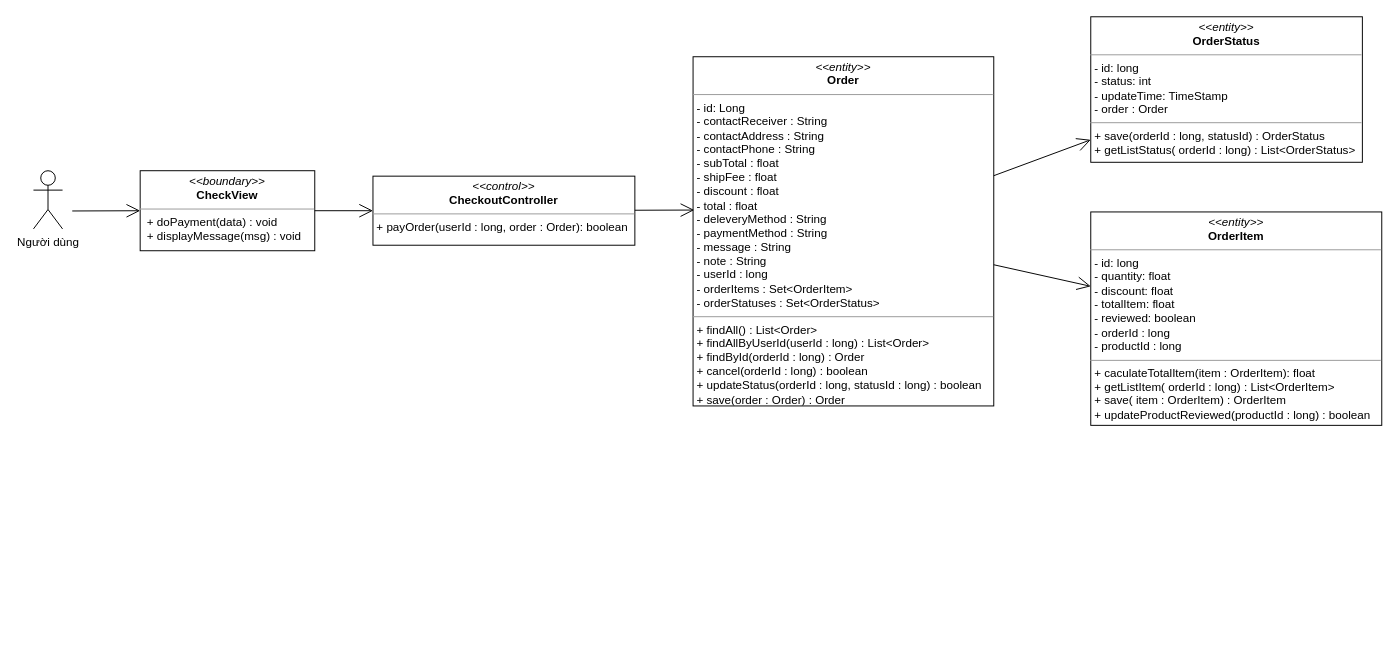
Before: class diagram/chekout-class-diagram.drawio in nguyenphamvan/datn_20202, a draw.io diagram. Source tidied: cells renumbered, new cells numbered last; positions are measured from the earlier drawing's top-left corner, leaving out a move shared by most shapes. Both pictures are drawn from the tidied source at 97%, with x=0, y=0 at pixel (33, 16).
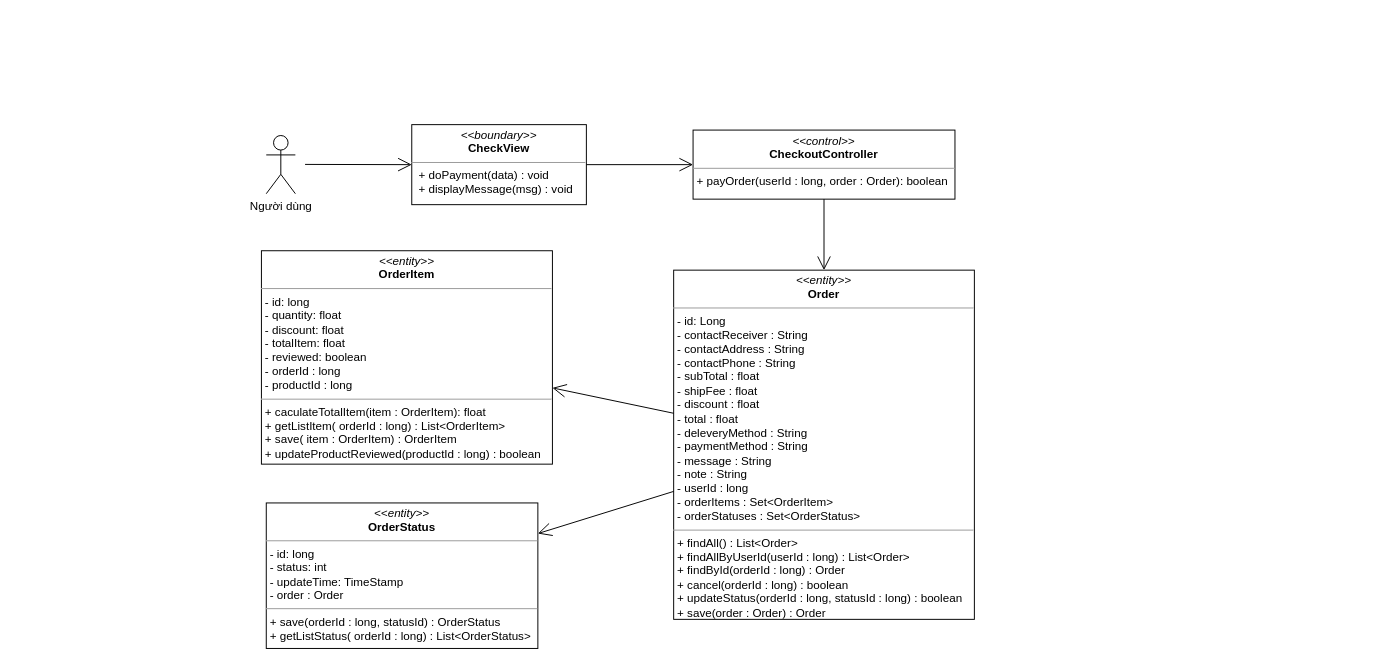
The same diagram, later.

What changed in the source:
```diff
@@
 <mxGraphModel>
   <root>
     <mxCell id="0" />
     <mxCell id="1" parent="0" />
     <mxCell id="2" value="&lt;p style=&quot;margin: 0px ; margin-top: 4px ; text-align: center&quot;&gt;&lt;i&gt;&amp;lt;&amp;lt;boundary&amp;gt;&amp;gt;&lt;/i&gt;&lt;br&gt;&lt;b&gt;CheckView&lt;/b&gt;&lt;/p&gt;&lt;hr size=&quot;1&quot;&gt;&lt;p style=&quot;margin: 0px ; margin-left: 4px&quot;&gt;&lt;span&gt;&amp;nbsp;&lt;/span&gt;&lt;span&gt;+ doPayment(data) : void&lt;/span&gt;&lt;/p&gt;&lt;p style=&quot;margin: 0px ; margin-left: 4px&quot;&gt;&lt;span&gt;&amp;nbsp;+ displayMessage(msg) : void&lt;/span&gt;&lt;/p&gt;" style="verticalAlign=top;align=left;overflow=fill;fontSize=12;fontFamily=Helvetica;html=1;" parent="1" vertex="1">
-      <mxGeometry x="110" y="158.5" width="180" height="82.5" as="geometry" />
+      <mxGeometry x="390" y="111" width="180" height="82.5" as="geometry" />
     </mxCell>
     <mxCell id="3" value="&lt;p style=&quot;margin: 0px ; margin-top: 4px ; text-align: center&quot;&gt;&lt;i&gt;&amp;lt;&amp;lt;entity&amp;gt;&amp;gt;&lt;/i&gt;&lt;br&gt;&lt;b&gt;Order&lt;/b&gt;&lt;/p&gt;&lt;hr size=&quot;1&quot;&gt;&lt;p style=&quot;margin: 0px ; margin-left: 4px&quot;&gt;- id: Long&lt;/p&gt;&lt;p style=&quot;margin: 0px 0px 0px 4px&quot;&gt;- contactReceiver : String&lt;/p&gt;&lt;p style=&quot;margin: 0px 0px 0px 4px&quot;&gt;- contactAddress : String&lt;/p&gt;&lt;p style=&quot;margin: 0px 0px 0px 4px&quot;&gt;- contactPhone : String&lt;/p&gt;&lt;p style=&quot;margin: 0px 0px 0px 4px&quot;&gt;- subTotal : float&lt;/p&gt;&lt;p style=&quot;margin: 0px 0px 0px 4px&quot;&gt;- shipFee : float&lt;/p&gt;&lt;p style=&quot;margin: 0px 0px 0px 4px&quot;&gt;- discount : float&lt;/p&gt;&lt;p style=&quot;margin: 0px 0px 0px 4px&quot;&gt;- total : float&lt;/p&gt;&lt;p style=&quot;margin: 0px 0px 0px 4px&quot;&gt;- deleveryMethod : String&lt;/p&gt;&lt;p style=&quot;margin: 0px 0px 0px 4px&quot;&gt;- paymentMethod : String&lt;/p&gt;&lt;p style=&quot;margin: 0px 0px 0px 4px&quot;&gt;- message : String&lt;/p&gt;&lt;p style=&quot;margin: 0px 0px 0px 4px&quot;&gt;- note : String&lt;/p&gt;&lt;p style=&quot;margin: 0px 0px 0px 4px&quot;&gt;- userId : long&lt;/p&gt;&lt;p style=&quot;margin: 0px 0px 0px 4px&quot;&gt;- orderItems : Set&amp;lt;OrderItem&amp;gt;&lt;/p&gt;&lt;p style=&quot;margin: 0px 0px 0px 4px&quot;&gt;- orderStatuses : Set&amp;lt;OrderStatus&amp;gt;&lt;/p&gt;&lt;hr size=&quot;1&quot;&gt;&lt;p style=&quot;margin: 0px 0px 0px 4px&quot;&gt;+ findAll() : List&amp;lt;Order&amp;gt;&lt;/p&gt;&lt;p style=&quot;margin: 0px 0px 0px 4px&quot;&gt;+ findAllByUserId(userId : long) : List&amp;lt;Order&amp;gt;&lt;/p&gt;&lt;p style=&quot;margin: 0px 0px 0px 4px&quot;&gt;+ findById(orderId : long) : Order&lt;br&gt;&lt;/p&gt;&lt;p style=&quot;margin: 0px 0px 0px 4px&quot;&gt;+ cancel(orderId : long) : boolean&lt;br&gt;&lt;/p&gt;&lt;p style=&quot;margin: 0px 0px 0px 4px&quot;&gt;+ updateStatus(orderId : long, statusId : long) : boolean&lt;/p&gt;&lt;p style=&quot;margin: 0px 0px 0px 4px&quot;&gt;+ save(order : Order) : Order&lt;/p&gt;" style="verticalAlign=top;align=left;overflow=fill;fontSize=12;fontFamily=Helvetica;html=1;" parent="1" vertex="1">
-      <mxGeometry x="680" y="41" width="310" height="360" as="geometry" />
+      <mxGeometry x="660" y="261" width="310" height="360" as="geometry" />
     </mxCell>
     <mxCell id="4" value="&lt;p style=&quot;margin: 0px ; margin-top: 4px ; text-align: center&quot;&gt;&lt;i&gt;&amp;lt;&amp;lt;entity&amp;gt;&amp;gt;&lt;/i&gt;&lt;br&gt;&lt;b&gt;OrderItem&lt;/b&gt;&lt;/p&gt;&lt;hr size=&quot;1&quot;&gt;&lt;p style=&quot;margin: 0px ; margin-left: 4px&quot;&gt;- id: long&lt;/p&gt;&lt;p style=&quot;margin: 0px ; margin-left: 4px&quot;&gt;- quantity: float&lt;br&gt;- discount: float&lt;/p&gt;&lt;p style=&quot;margin: 0px ; margin-left: 4px&quot;&gt;- totalItem: float&lt;/p&gt;&lt;p style=&quot;margin: 0px ; margin-left: 4px&quot;&gt;- reviewed: boolean&lt;/p&gt;&lt;p style=&quot;margin: 0px ; margin-left: 4px&quot;&gt;- orderId : long&lt;/p&gt;&lt;p style=&quot;margin: 0px ; margin-left: 4px&quot;&gt;- productId : long&lt;/p&gt;&lt;hr size=&quot;1&quot;&gt;&lt;p style=&quot;margin: 0px 0px 0px 4px&quot;&gt;+ caculateTotalItem(item : OrderItem): float&lt;br&gt;&lt;/p&gt;&lt;p style=&quot;margin: 0px 0px 0px 4px&quot;&gt;+ getListItem( orderId : long) : List&amp;lt;OrderItem&amp;gt;&lt;br&gt;&lt;/p&gt;&lt;p style=&quot;margin: 0px 0px 0px 4px&quot;&gt;+ save( item : OrderItem) : OrderItem&lt;/p&gt;&lt;p style=&quot;margin: 0px 0px 0px 4px&quot;&gt;+ updateProductReviewed(productId : long) : boolean&lt;/p&gt;" style="verticalAlign=top;align=left;overflow=fill;fontSize=12;fontFamily=Helvetica;html=1;" parent="1" vertex="1">
-      <mxGeometry x="1090" y="201" width="300" height="220" as="geometry" />
+      <mxGeometry x="235" y="241" width="300" height="220" as="geometry" />
     </mxCell>
     <mxCell id="5" value="&lt;p style=&quot;margin: 0px ; margin-top: 4px ; text-align: center&quot;&gt;&lt;i&gt;&amp;lt;&amp;lt;control&amp;gt;&amp;gt;&lt;/i&gt;&lt;br&gt;&lt;b&gt;CheckoutController&lt;/b&gt;&lt;br&gt;&lt;/p&gt;&lt;hr size=&quot;1&quot;&gt;&lt;p style=&quot;margin: 0px ; margin-left: 4px&quot;&gt;&lt;/p&gt;&lt;p style=&quot;margin: 0px ; margin-left: 4px&quot;&gt;+ payOrder(userId : long, order : Order): boolean&lt;/p&gt;" style="verticalAlign=top;align=left;overflow=fill;fontSize=12;fontFamily=Helvetica;html=1;" parent="1" vertex="1">
-      <mxGeometry x="350" y="164.1" width="270" height="71.2" as="geometry" />
+      <mxGeometry x="680" y="116.6" width="270" height="71.2" as="geometry" />
     </mxCell>
-    <mxCell id="6" style="endArrow=open;endFill=1;endSize=12;html=1;entryX=0.004;entryY=0.439;entryDx=0;entryDy=0;entryPerimeter=0;" parent="1" edge="1" source="5" target="3">
+    <mxCell id="6" style="endArrow=open;endFill=1;endSize=12;html=1;" parent="1" edge="1" source="5" target="3">
       <mxGeometry relative="1" as="geometry" />
     </mxCell>
     <mxCell id="7" value="&lt;p style=&quot;margin: 0px ; margin-top: 4px ; text-align: center&quot;&gt;&lt;i&gt;&amp;lt;&amp;lt;entity&amp;gt;&amp;gt;&lt;/i&gt;&lt;br&gt;&lt;b&gt;OrderStatus&lt;/b&gt;&lt;/p&gt;&lt;hr size=&quot;1&quot;&gt;&lt;p style=&quot;margin: 0px ; margin-left: 4px&quot;&gt;- id: long&lt;/p&gt;&lt;p style=&quot;margin: 0px ; margin-left: 4px&quot;&gt;- status: int&lt;br&gt;- updateTime: TimeStamp&lt;/p&gt;&lt;p style=&quot;margin: 0px ; margin-left: 4px&quot;&gt;- order : Order&lt;/p&gt;&lt;hr size=&quot;1&quot;&gt;&lt;p style=&quot;margin: 0px ; margin-left: 4px&quot;&gt;+ save(orderId : long, statusId) : OrderStatus&lt;/p&gt;&lt;p style=&quot;margin: 0px ; margin-left: 4px&quot;&gt;+ getListStatus( orderId : long) : List&amp;lt;OrderStatus&amp;gt;&lt;/p&gt;" style="verticalAlign=top;align=left;overflow=fill;fontSize=12;fontFamily=Helvetica;html=1;" parent="1" vertex="1">
-      <mxGeometry x="1090" y="-0.2" width="280" height="150" as="geometry" />
+      <mxGeometry x="240" y="501" width="280" height="150" as="geometry" />
     </mxCell>
     <mxCell id="8" style="endArrow=open;endFill=1;endSize=12;html=1;" parent="1" edge="1" source="3" target="7">
       <mxGeometry relative="1" as="geometry" />
     </mxCell>
     <mxCell id="9" style="endArrow=open;endFill=1;endSize=12;html=1;" parent="1" edge="1" source="3" target="4">
       <mxGeometry relative="1" as="geometry" />
     </mxCell>
     <mxCell id="10" style="endArrow=open;endFill=1;endSize=12;html=1;" parent="1" edge="1" source="2" target="5">
       <mxGeometry relative="1" as="geometry" />
     </mxCell>
     <mxCell id="11" value="Người dùng" style="shape=umlActor;verticalLabelPosition=bottom;verticalAlign=top;html=1;" parent="1" vertex="1">
-      <mxGeometry y="158.5" width="30" height="60" as="geometry" />
+      <mxGeometry x="240" y="122.2" width="30" height="60" as="geometry" />
     </mxCell>
     <mxCell id="12" style="endArrow=open;endFill=1;endSize=12;html=1;entryX=0;entryY=0.5;entryDx=0;entryDy=0;" parent="1" edge="1" target="2">
       <mxGeometry relative="1" as="geometry">
-        <mxPoint x="40" y="200" as="sourcePoint" />
+        <mxPoint x="280" y="152" as="sourcePoint" />
       </mxGeometry>
     </mxCell>
   </root>
 </mxGraphModel>
```
